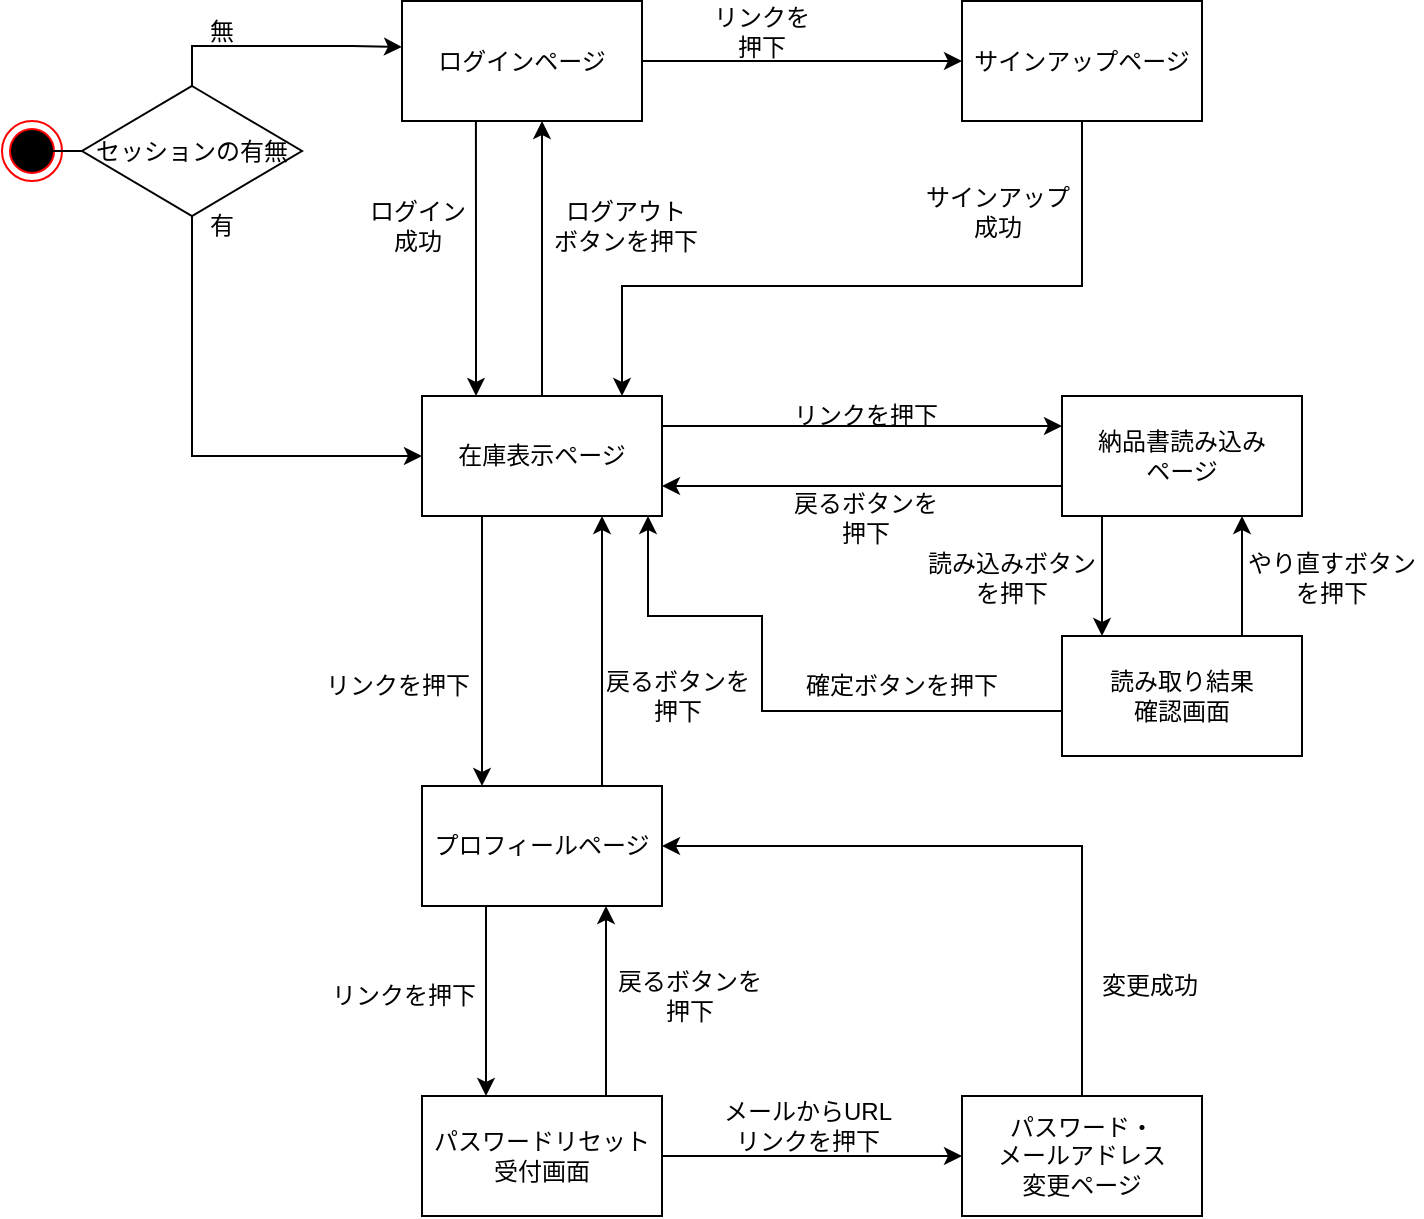
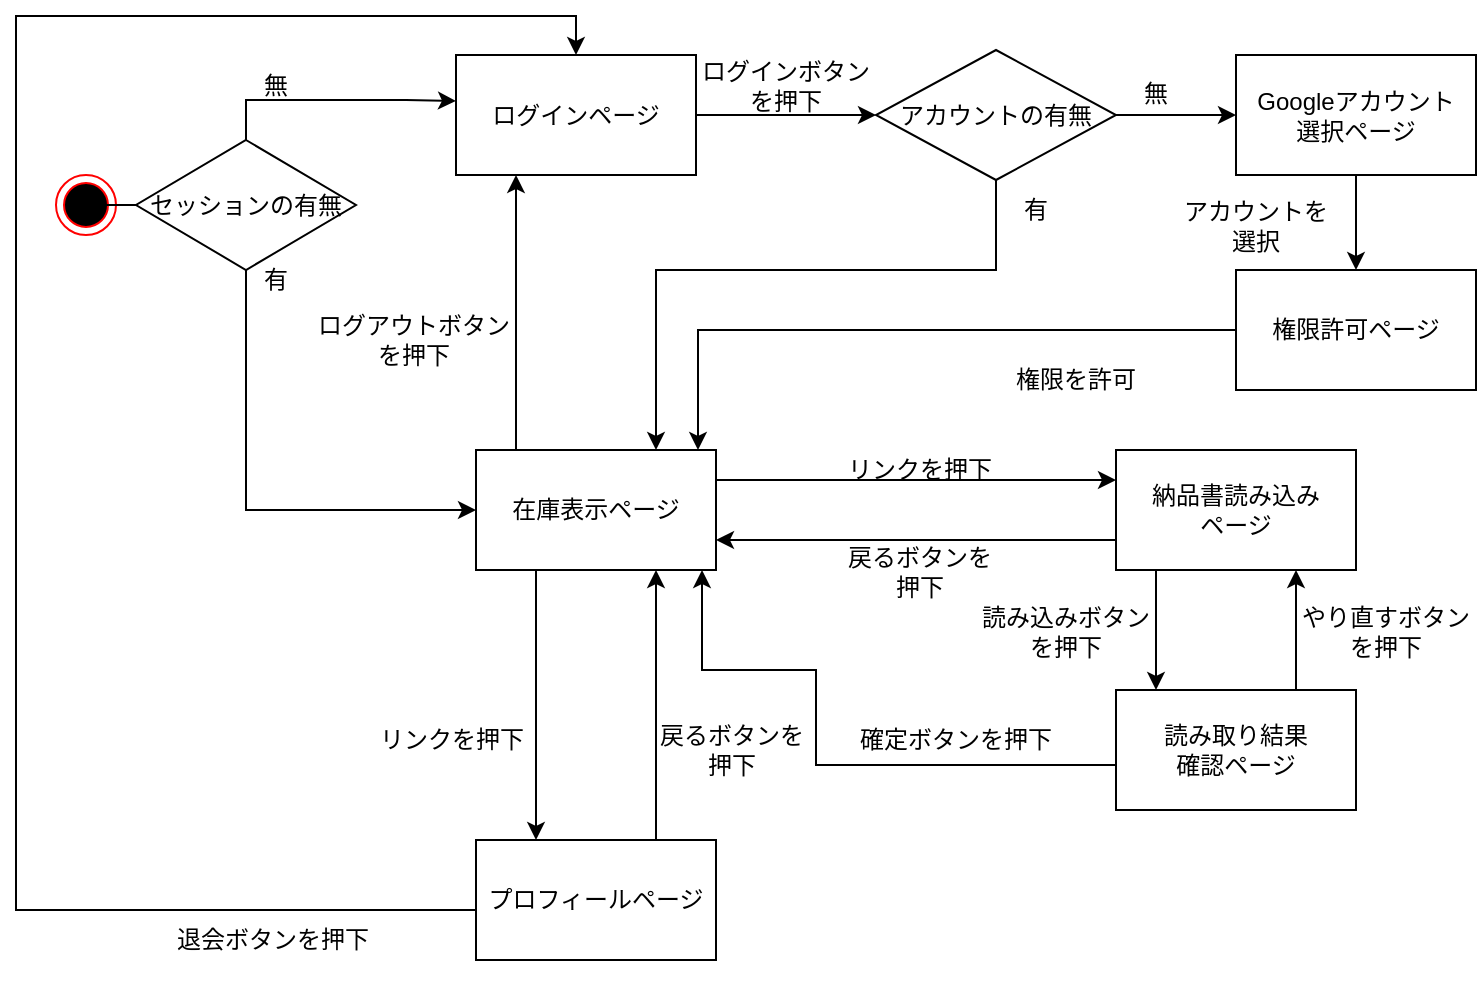
<mxfile host="app.diagrams.net">
  <diagram name="ページ-1" id="oChiVe9o_Wb05AkYbYam">
    <mxGraphModel grid="1" page="1" gridSize="10" guides="1" tooltips="1" connect="1" arrows="1" fold="1" pageScale="1" pageWidth="827" pageHeight="1169" background="none" math="0" shadow="0">
      <root>
        <mxCell id="0" />
        <mxCell id="1" parent="0" />
-         <mxCell id="JyQQfxbpPmY2MaOm-ZnS-17" edge="1" parent="1" source="JyQQfxbpPmY2MaOm-ZnS-1" style="edgeStyle=orthogonalEdgeStyle;rounded=0;orthogonalLoop=1;jettySize=auto;html=1;" target="JyQQfxbpPmY2MaOm-ZnS-16" value="">
-           <mxGeometry relative="1" as="geometry" />
-         </mxCell>
-         <mxCell id="JyQQfxbpPmY2MaOm-ZnS-20" edge="1" parent="1" source="JyQQfxbpPmY2MaOm-ZnS-1" style="edgeStyle=orthogonalEdgeStyle;rounded=0;orthogonalLoop=1;jettySize=auto;html=1;exitX=0.308;exitY=0.958;exitDx=0;exitDy=0;exitPerimeter=0;" target="JyQQfxbpPmY2MaOm-ZnS-8" value="">
-           <mxGeometry relative="1" as="geometry">
-             <Array as="points">
-               <mxPoint x="307" y="220" />
-               <mxPoint x="307" y="220" />
-             </Array>
-             <mxPoint x="310" y="140" as="sourcePoint" />
-           </mxGeometry>
+         <mxCell id="JyQQfxbpPmY2MaOm-ZnS-17" edge="1" parent="1" source="JyQQfxbpPmY2MaOm-ZnS-1" style="edgeStyle=orthogonalEdgeStyle;rounded=0;orthogonalLoop=1;jettySize=auto;html=1;entryX=0;entryY=0.5;entryDx=0;entryDy=0;" target="MUQh6nNUqfuenuoMOjfQ-1" value="">
+           <mxGeometry relative="1" as="geometry" />
        </mxCell>
        <mxCell id="JyQQfxbpPmY2MaOm-ZnS-1" parent="1" style="rounded=0;whiteSpace=wrap;html=1;" value="ログインページ" vertex="1">
          <mxGeometry height="60" width="120" x="270" y="72.5" as="geometry" />
        </mxCell>
        <mxCell id="JyQQfxbpPmY2MaOm-ZnS-2" parent="1" style="ellipse;html=1;shape=endState;fillColor=#000000;strokeColor=#ff0000;" value="" vertex="1">
          <mxGeometry height="30" width="30" x="70" y="132.5" as="geometry" />
        </mxCell>
        <mxCell id="JyQQfxbpPmY2MaOm-ZnS-7" edge="1" parent="1" source="JyQQfxbpPmY2MaOm-ZnS-3" style="edgeStyle=orthogonalEdgeStyle;rounded=0;orthogonalLoop=1;jettySize=auto;html=1;endArrow=none;endFill=0;" target="JyQQfxbpPmY2MaOm-ZnS-2" value="">
          <mxGeometry relative="1" as="geometry" />
        </mxCell>
        <mxCell id="JyQQfxbpPmY2MaOm-ZnS-11" edge="1" parent="1" source="JyQQfxbpPmY2MaOm-ZnS-3" style="edgeStyle=orthogonalEdgeStyle;rounded=0;orthogonalLoop=1;jettySize=auto;html=1;entryX=0;entryY=0.5;entryDx=0;entryDy=0;exitX=0.5;exitY=1;exitDx=0;exitDy=0;" target="JyQQfxbpPmY2MaOm-ZnS-8">
          <mxGeometry relative="1" as="geometry" />
        </mxCell>
        <mxCell id="JyQQfxbpPmY2MaOm-ZnS-3" parent="1" style="rhombus;whiteSpace=wrap;html=1;" value="セッションの有無" vertex="1">
          <mxGeometry height="65" width="110" x="110" y="115" as="geometry" />
        </mxCell>
        <mxCell id="JyQQfxbpPmY2MaOm-ZnS-19" edge="1" parent="1" style="rounded=0;orthogonalLoop=1;jettySize=auto;html=1;endArrow=classic;endFill=1;edgeStyle=orthogonalEdgeStyle;entryX=0;entryY=0.25;entryDx=0;entryDy=0;" target="JyQQfxbpPmY2MaOm-ZnS-18" value="">
          <mxGeometry relative="1" as="geometry">
            <Array as="points">
              <mxPoint x="378" y="285" />
            </Array>
            <mxPoint x="378" y="282.5" as="sourcePoint" />
            <mxPoint x="580" y="283" as="targetPoint" />
          </mxGeometry>
        </mxCell>
-         <mxCell id="JyQQfxbpPmY2MaOm-ZnS-24" edge="1" parent="1" source="JyQQfxbpPmY2MaOm-ZnS-8" style="edgeStyle=orthogonalEdgeStyle;rounded=0;orthogonalLoop=1;jettySize=auto;html=1;" target="JyQQfxbpPmY2MaOm-ZnS-1" value="">
-           <mxGeometry relative="1" as="geometry">
-             <Array as="points">
-               <mxPoint x="340" y="210" />
-               <mxPoint x="340" y="210" />
-             </Array>
-           </mxGeometry>
-         </mxCell>
        <mxCell id="JyQQfxbpPmY2MaOm-ZnS-8" parent="1" style="rounded=0;whiteSpace=wrap;html=1;" value="在庫表示ページ" vertex="1">
          <mxGeometry height="60" width="120" x="280" y="270" as="geometry" />
        </mxCell>
        <mxCell id="JyQQfxbpPmY2MaOm-ZnS-9" edge="1" parent="1" source="JyQQfxbpPmY2MaOm-ZnS-8" style="edgeStyle=orthogonalEdgeStyle;rounded=0;orthogonalLoop=1;jettySize=auto;html=1;exitX=0.5;exitY=1;exitDx=0;exitDy=0;" target="JyQQfxbpPmY2MaOm-ZnS-8">
          <mxGeometry relative="1" as="geometry" />
        </mxCell>
        <mxCell id="JyQQfxbpPmY2MaOm-ZnS-10" edge="1" parent="1" source="JyQQfxbpPmY2MaOm-ZnS-3" style="edgeStyle=orthogonalEdgeStyle;rounded=0;orthogonalLoop=1;jettySize=auto;html=1;entryX=0;entryY=0.383;entryDx=0;entryDy=0;entryPerimeter=0;exitX=0.5;exitY=0;exitDx=0;exitDy=0;" target="JyQQfxbpPmY2MaOm-ZnS-1">
          <mxGeometry relative="1" as="geometry" />
        </mxCell>
        <mxCell id="JyQQfxbpPmY2MaOm-ZnS-13" parent="1" style="text;html=1;whiteSpace=wrap;strokeColor=none;fillColor=none;align=center;verticalAlign=middle;rounded=0;" value="有&lt;span style=&quot;color: rgba(0, 0, 0, 0); font-family: monospace; font-size: 0px; text-align: start; white-space: nowrap;&quot;&gt;%3CmxGraphModel%3E%3Croot%3E%3CmxCell%20id%3D%220%22%2F%3E%3CmxCell%20id%3D%221%22%20parent%3D%220%22%2F%3E%3CmxCell%20id%3D%222%22%20edge%3D%221%22%20parent%3D%221%22%20style%3D%22edgeStyle%3DorthogonalEdgeStyle%3Brounded%3D0%3BorthogonalLoop%3D1%3BjettySize%3Dauto%3Bhtml%3D1%3BexitX%3D1%3BexitY%3D1%3BexitDx%3D0%3BexitDy%3D0%3BentryX%3D0%3BentryY%3D1%3BentryDx%3D0%3BentryDy%3D0%3B%22%3E%3CmxGeometry%20relative%3D%221%22%20as%3D%22geometry%22%3E%3CmxPoint%20x%3D%22146%22%20y%3D%22151%22%20as%3D%22sourcePoint%22%2F%3E%3CmxPoint%20x%3D%22124%22%20y%3D%22151%22%20as%3D%22targetPoint%22%2F%3E%3C%2FmxGeometry%3E%3C%2FmxCell%3E%3C%2Froot%3E%3C%2FmxGraphModel%3E&lt;/span&gt;" vertex="1">
          <mxGeometry height="30" width="60" x="150" y="170" as="geometry" />
        </mxCell>
        <mxCell id="JyQQfxbpPmY2MaOm-ZnS-14" parent="1" style="text;html=1;whiteSpace=wrap;strokeColor=none;fillColor=none;align=center;verticalAlign=middle;rounded=0;" value="無" vertex="1">
          <mxGeometry height="30" width="60" x="150" y="72.5" as="geometry" />
        </mxCell>
-         <mxCell id="JyQQfxbpPmY2MaOm-ZnS-21" edge="1" parent="1" source="JyQQfxbpPmY2MaOm-ZnS-16" style="edgeStyle=orthogonalEdgeStyle;rounded=0;orthogonalLoop=1;jettySize=auto;html=1;exitX=0.5;exitY=1;exitDx=0;exitDy=0;">
-           <mxGeometry relative="1" as="geometry">
-             <Array as="points">
-               <mxPoint x="610" y="215" />
-               <mxPoint x="380" y="215" />
-             </Array>
-             <mxPoint x="610" y="140" as="sourcePoint" />
-             <mxPoint x="380" y="270" as="targetPoint" />
-           </mxGeometry>
-         </mxCell>
-         <mxCell id="JyQQfxbpPmY2MaOm-ZnS-16" parent="1" style="rounded=0;whiteSpace=wrap;html=1;" value="サインアップページ" vertex="1">
-           <mxGeometry height="60" width="120" x="550" y="72.5" as="geometry" />
+         <mxCell id="MUQh6nNUqfuenuoMOjfQ-13" edge="1" parent="1" source="JyQQfxbpPmY2MaOm-ZnS-16" style="edgeStyle=orthogonalEdgeStyle;rounded=0;orthogonalLoop=1;jettySize=auto;html=1;" target="MUQh6nNUqfuenuoMOjfQ-12" value="">
+           <mxGeometry relative="1" as="geometry" />
+         </mxCell>
+         <mxCell id="JyQQfxbpPmY2MaOm-ZnS-16" parent="1" style="rounded=0;whiteSpace=wrap;html=1;" value="Googleアカウント&lt;div&gt;選択ページ&lt;/div&gt;" vertex="1">
+           <mxGeometry height="60" width="120" x="660" y="72.5" as="geometry" />
        </mxCell>
        <mxCell id="JyQQfxbpPmY2MaOm-ZnS-40" edge="1" parent="1" source="JyQQfxbpPmY2MaOm-ZnS-18" style="edgeStyle=orthogonalEdgeStyle;rounded=0;orthogonalLoop=1;jettySize=auto;html=1;entryX=1;entryY=0.75;entryDx=0;entryDy=0;exitX=0;exitY=0.75;exitDx=0;exitDy=0;" target="JyQQfxbpPmY2MaOm-ZnS-8" value="">
          <mxGeometry relative="1" as="geometry">
            <Array as="points">
              <mxPoint x="600" y="315" />
              <mxPoint x="600" y="315" />
            </Array>
            <mxPoint x="550" y="310" as="sourcePoint" />
            <mxPoint x="470" y="310" as="targetPoint" />
          </mxGeometry>
        </mxCell>
        <mxCell id="eD3HvhzndEq_b_2ouWfE-39" edge="1" parent="1" source="JyQQfxbpPmY2MaOm-ZnS-18" style="edgeStyle=orthogonalEdgeStyle;rounded=0;orthogonalLoop=1;jettySize=auto;html=1;" target="eD3HvhzndEq_b_2ouWfE-34" value="">
          <mxGeometry relative="1" as="geometry">
            <Array as="points">
              <mxPoint x="620" y="350" />
              <mxPoint x="620" y="350" />
            </Array>
          </mxGeometry>
        </mxCell>
        <mxCell id="JyQQfxbpPmY2MaOm-ZnS-18" parent="1" style="rounded=0;whiteSpace=wrap;html=1;" value="納品書読み込み&lt;div&gt;ページ&lt;/div&gt;" vertex="1">
          <mxGeometry height="60" width="120" x="600" y="270" as="geometry" />
        </mxCell>
-         <mxCell id="JyQQfxbpPmY2MaOm-ZnS-30" parent="1" style="text;html=1;whiteSpace=wrap;strokeColor=none;fillColor=none;align=center;verticalAlign=middle;rounded=0;" value="リンクを押下" vertex="1">
-           <mxGeometry height="30" width="60" x="420" y="72.5" as="geometry" />
-         </mxCell>
-         <mxCell id="JyQQfxbpPmY2MaOm-ZnS-32" parent="1" style="text;html=1;whiteSpace=wrap;strokeColor=none;fillColor=none;align=center;verticalAlign=middle;rounded=0;" value="サインアップ成功" vertex="1">
-           <mxGeometry height="30" width="76" x="530" y="162.5" as="geometry" />
-         </mxCell>
-         <mxCell id="JyQQfxbpPmY2MaOm-ZnS-33" parent="1" style="text;html=1;whiteSpace=wrap;strokeColor=none;fillColor=none;align=center;verticalAlign=middle;rounded=0;" value="ログイン&lt;div&gt;成功&lt;/div&gt;" vertex="1">
-           <mxGeometry height="30" width="76" x="240" y="170" as="geometry" />
-         </mxCell>
-         <mxCell id="JyQQfxbpPmY2MaOm-ZnS-34" parent="1" style="text;html=1;whiteSpace=wrap;strokeColor=none;fillColor=none;align=center;verticalAlign=middle;rounded=0;" value="ログアウト&lt;div&gt;ボタンを押下&lt;/div&gt;" vertex="1">
-           <mxGeometry height="30" width="76" x="344" y="170" as="geometry" />
+         <mxCell id="JyQQfxbpPmY2MaOm-ZnS-30" parent="1" style="text;html=1;whiteSpace=wrap;strokeColor=none;fillColor=none;align=center;verticalAlign=middle;rounded=0;" value="ログインボタンを押下" vertex="1">
+           <mxGeometry height="30" width="90" x="390" y="72.5" as="geometry" />
        </mxCell>
        <mxCell id="JyQQfxbpPmY2MaOm-ZnS-39" parent="1" style="text;html=1;whiteSpace=wrap;strokeColor=none;fillColor=none;align=center;verticalAlign=middle;rounded=0;" value="リンクを押下" vertex="1">
          <mxGeometry height="40" width="76" x="464" y="260" as="geometry" />
        </mxCell>
        <mxCell id="JyQQfxbpPmY2MaOm-ZnS-43" parent="1" style="text;html=1;whiteSpace=wrap;strokeColor=none;fillColor=none;align=center;verticalAlign=middle;rounded=0;" value="戻るボタンを押下" vertex="1">
          <mxGeometry height="30" width="76" x="464" y="316" as="geometry" />
+         </mxCell>
+         <mxCell id="MUQh6nNUqfuenuoMOjfQ-18" edge="1" parent="1" source="eD3HvhzndEq_b_2ouWfE-1" style="edgeStyle=orthogonalEdgeStyle;rounded=0;orthogonalLoop=1;jettySize=auto;html=1;entryX=0.5;entryY=0;entryDx=0;entryDy=0;" target="JyQQfxbpPmY2MaOm-ZnS-1">
+           <mxGeometry relative="1" as="geometry">
+             <Array as="points">
+               <mxPoint x="50" y="500" />
+               <mxPoint x="50" y="53" />
+               <mxPoint x="330" y="53" />
+             </Array>
+           </mxGeometry>
        </mxCell>
        <mxCell id="eD3HvhzndEq_b_2ouWfE-1" parent="1" style="rounded=0;whiteSpace=wrap;html=1;" value="プロフィールページ" vertex="1">
          <mxGeometry height="60" width="120" x="280" y="465" as="geometry" />
        </mxCell>
        <mxCell id="eD3HvhzndEq_b_2ouWfE-2" edge="1" parent="1" source="JyQQfxbpPmY2MaOm-ZnS-8" style="rounded=0;orthogonalLoop=1;jettySize=auto;html=1;endArrow=classic;endFill=1;edgeStyle=orthogonalEdgeStyle;entryX=0.25;entryY=0;entryDx=0;entryDy=0;exitX=0.25;exitY=1;exitDx=0;exitDy=0;" target="eD3HvhzndEq_b_2ouWfE-1" value="">
          <mxGeometry relative="1" as="geometry">
            <Array as="points" />
            <mxPoint x="270" y="350" as="sourcePoint" />
            <mxPoint x="420" y="350" as="targetPoint" />
          </mxGeometry>
        </mxCell>
        <mxCell id="eD3HvhzndEq_b_2ouWfE-3" edge="1" parent="1" source="eD3HvhzndEq_b_2ouWfE-1" style="edgeStyle=orthogonalEdgeStyle;rounded=0;orthogonalLoop=1;jettySize=auto;html=1;entryX=0.75;entryY=1;entryDx=0;entryDy=0;exitX=0.75;exitY=0;exitDx=0;exitDy=0;" target="JyQQfxbpPmY2MaOm-ZnS-8" value="">
-           <mxGeometry relative="1" as="geometry">
+           <mxGeometry relative="1" x="0.0074" as="geometry">
+             <mxPoint as="offset" />
            <Array as="points" />
            <mxPoint x="370" y="385" as="sourcePoint" />
            <mxPoint x="220" y="390" as="targetPoint" />
          </mxGeometry>
        </mxCell>
        <mxCell id="eD3HvhzndEq_b_2ouWfE-4" parent="1" style="text;html=1;whiteSpace=wrap;strokeColor=none;fillColor=none;align=center;verticalAlign=middle;rounded=0;" value="リンクを押下" vertex="1">
          <mxGeometry height="50" width="76" x="230" y="390" as="geometry" />
        </mxCell>
        <mxCell id="eD3HvhzndEq_b_2ouWfE-5" parent="1" style="text;html=1;whiteSpace=wrap;strokeColor=none;fillColor=none;align=center;verticalAlign=middle;rounded=0;" value="戻るボタンを押下" vertex="1">
          <mxGeometry height="30" width="76" x="370" y="405" as="geometry" />
        </mxCell>
-         <mxCell id="eD3HvhzndEq_b_2ouWfE-9" parent="1" style="rounded=0;whiteSpace=wrap;html=1;" value="パスワードリセット受付画面" vertex="1">
-           <mxGeometry height="60" width="120" x="280" y="620" as="geometry" />
-         </mxCell>
-         <mxCell id="eD3HvhzndEq_b_2ouWfE-12" edge="1" parent="1" style="rounded=0;orthogonalLoop=1;jettySize=auto;html=1;endArrow=classic;endFill=1;edgeStyle=orthogonalEdgeStyle;entryX=0.25;entryY=0;entryDx=0;entryDy=0;exitX=0.25;exitY=1;exitDx=0;exitDy=0;" value="">
-           <mxGeometry relative="1" as="geometry">
-             <Array as="points" />
-             <mxPoint x="312" y="525" as="sourcePoint" />
-             <mxPoint x="312" y="620" as="targetPoint" />
-           </mxGeometry>
-         </mxCell>
-         <mxCell id="eD3HvhzndEq_b_2ouWfE-13" edge="1" parent="1" style="edgeStyle=orthogonalEdgeStyle;rounded=0;orthogonalLoop=1;jettySize=auto;html=1;entryX=0.75;entryY=1;entryDx=0;entryDy=0;exitX=0.75;exitY=0;exitDx=0;exitDy=0;" value="">
-           <mxGeometry relative="1" as="geometry">
-             <Array as="points" />
-             <mxPoint x="372" y="620" as="sourcePoint" />
-             <mxPoint x="372" y="525" as="targetPoint" />
-           </mxGeometry>
-         </mxCell>
-         <mxCell id="eD3HvhzndEq_b_2ouWfE-14" parent="1" style="text;html=1;whiteSpace=wrap;strokeColor=none;fillColor=none;align=center;verticalAlign=middle;rounded=0;" value="リンクを押下" vertex="1">
-           <mxGeometry height="50" width="76" x="233" y="545" as="geometry" />
-         </mxCell>
-         <mxCell id="eD3HvhzndEq_b_2ouWfE-15" parent="1" style="text;html=1;whiteSpace=wrap;strokeColor=none;fillColor=none;align=center;verticalAlign=middle;rounded=0;" value="戻るボタンを押下" vertex="1">
-           <mxGeometry height="30" width="76" x="376" y="555" as="geometry" />
-         </mxCell>
-         <mxCell id="eD3HvhzndEq_b_2ouWfE-28" edge="1" parent="1" source="eD3HvhzndEq_b_2ouWfE-9" style="rounded=0;orthogonalLoop=1;jettySize=auto;html=1;endArrow=classic;endFill=1;edgeStyle=orthogonalEdgeStyle;exitX=1;exitY=0.5;exitDx=0;exitDy=0;entryX=0;entryY=0.5;entryDx=0;entryDy=0;" target="eD3HvhzndEq_b_2ouWfE-29" value="">
-           <mxGeometry relative="1" as="geometry">
-             <Array as="points" />
-             <mxPoint x="439" y="650" as="sourcePoint" />
-             <mxPoint x="550" y="650" as="targetPoint" />
-           </mxGeometry>
-         </mxCell>
-         <mxCell id="eD3HvhzndEq_b_2ouWfE-31" edge="1" parent="1" source="eD3HvhzndEq_b_2ouWfE-29" style="edgeStyle=orthogonalEdgeStyle;rounded=0;orthogonalLoop=1;jettySize=auto;html=1;entryX=1;entryY=0.5;entryDx=0;entryDy=0;exitX=0.5;exitY=0;exitDx=0;exitDy=0;" target="eD3HvhzndEq_b_2ouWfE-1" value="">
-           <mxGeometry relative="1" as="geometry">
-             <Array as="points">
-               <mxPoint x="610" y="495" />
-             </Array>
-             <mxPoint x="548" y="650" as="sourcePoint" />
-             <mxPoint x="398" y="525" as="targetPoint" />
-           </mxGeometry>
-         </mxCell>
-         <mxCell id="eD3HvhzndEq_b_2ouWfE-29" parent="1" style="rounded=0;whiteSpace=wrap;html=1;" value="パスワード・&lt;div&gt;メールアドレス&lt;/div&gt;&lt;div&gt;&lt;span style=&quot;background-color: transparent; color: light-dark(rgb(0, 0, 0), rgb(255, 255, 255));&quot;&gt;変更ページ&lt;/span&gt;&lt;/div&gt;" vertex="1">
-           <mxGeometry height="60" width="120" x="550" y="620" as="geometry" />
-         </mxCell>
-         <mxCell id="eD3HvhzndEq_b_2ouWfE-30" parent="1" style="text;html=1;whiteSpace=wrap;strokeColor=none;fillColor=none;align=center;verticalAlign=middle;rounded=0;" value="メールからURLリンクを押下" vertex="1">
-           <mxGeometry height="30" width="86" x="430" y="620" as="geometry" />
-         </mxCell>
-         <mxCell id="eD3HvhzndEq_b_2ouWfE-32" parent="1" style="text;html=1;whiteSpace=wrap;strokeColor=none;fillColor=none;align=center;verticalAlign=middle;rounded=0;" value="&lt;span style=&quot;background-color: transparent; color: light-dark(rgb(0, 0, 0), rgb(255, 255, 255));&quot;&gt;変更成功&lt;/span&gt;" vertex="1">
-           <mxGeometry height="30" width="64" x="612" y="550" as="geometry" />
-         </mxCell>
        <mxCell id="eD3HvhzndEq_b_2ouWfE-36" edge="1" parent="1" source="eD3HvhzndEq_b_2ouWfE-34" style="edgeStyle=orthogonalEdgeStyle;rounded=0;orthogonalLoop=1;jettySize=auto;html=1;entryX=0.75;entryY=1;entryDx=0;entryDy=0;" target="JyQQfxbpPmY2MaOm-ZnS-18" value="">
          <mxGeometry relative="1" as="geometry">
            <Array as="points">
              <mxPoint x="690" y="340" />
              <mxPoint x="690" y="340" />
            </Array>
          </mxGeometry>
        </mxCell>
        <mxCell id="eD3HvhzndEq_b_2ouWfE-41" edge="1" parent="1" source="eD3HvhzndEq_b_2ouWfE-34" style="edgeStyle=orthogonalEdgeStyle;rounded=0;orthogonalLoop=1;jettySize=auto;html=1;exitX=0;exitY=0.625;exitDx=0;exitDy=0;exitPerimeter=0;" value="">
          <mxGeometry relative="1" as="geometry">
            <Array as="points">
              <mxPoint x="450" y="428" />
              <mxPoint x="450" y="380" />
              <mxPoint x="393" y="380" />
            </Array>
            <mxPoint x="393" y="330" as="targetPoint" />
          </mxGeometry>
        </mxCell>
-         <mxCell id="eD3HvhzndEq_b_2ouWfE-34" parent="1" style="rounded=0;whiteSpace=wrap;html=1;" value="読み取り結果&lt;div&gt;確認画面&lt;/div&gt;" vertex="1">
+         <mxCell id="eD3HvhzndEq_b_2ouWfE-34" parent="1" style="rounded=0;whiteSpace=wrap;html=1;" value="読み取り結果&lt;div&gt;確認ページ&lt;/div&gt;" vertex="1">
          <mxGeometry height="60" width="120" x="600" y="390" as="geometry" />
        </mxCell>
        <mxCell id="eD3HvhzndEq_b_2ouWfE-37" parent="1" style="text;html=1;whiteSpace=wrap;strokeColor=none;fillColor=none;align=center;verticalAlign=middle;rounded=0;labelBackgroundColor=none;" value="&lt;span style=&quot;color: rgb(0, 0, 0); font-family: Helvetica; font-size: 12px; font-style: normal; font-variant-ligatures: normal; font-variant-caps: normal; font-weight: 400; letter-spacing: normal; orphans: 2; text-align: center; text-indent: 0px; text-transform: none; widows: 2; word-spacing: 0px; -webkit-text-stroke-width: 0px; white-space: normal; text-decoration-thickness: initial; text-decoration-style: initial; text-decoration-color: initial; float: none; display: inline !important;&quot;&gt;やり直すボタンを押下&lt;/span&gt;" vertex="1">
          <mxGeometry height="30" width="90" x="690" y="346" as="geometry" />
        </mxCell>
        <mxCell id="eD3HvhzndEq_b_2ouWfE-38" parent="1" style="text;html=1;whiteSpace=wrap;strokeColor=none;fillColor=none;align=center;verticalAlign=middle;rounded=0;" value="確定ボタン&lt;span style=&quot;background-color: transparent; color: light-dark(rgb(0, 0, 0), rgb(255, 255, 255));&quot;&gt;を押下&lt;/span&gt;" vertex="1">
          <mxGeometry height="30" width="100" x="470" y="400" as="geometry" />
        </mxCell>
        <mxCell id="eD3HvhzndEq_b_2ouWfE-42" parent="1" style="text;html=1;whiteSpace=wrap;strokeColor=none;fillColor=none;align=center;verticalAlign=middle;rounded=0;labelBackgroundColor=none;" value="&lt;span style=&quot;color: rgb(0, 0, 0); font-family: Helvetica; font-size: 12px; font-style: normal; font-variant-ligatures: normal; font-variant-caps: normal; font-weight: 400; letter-spacing: normal; orphans: 2; text-align: center; text-indent: 0px; text-transform: none; widows: 2; word-spacing: 0px; -webkit-text-stroke-width: 0px; white-space: normal; text-decoration-thickness: initial; text-decoration-style: initial; text-decoration-color: initial; float: none; display: inline !important;&quot;&gt;読み込みボタンを押下&lt;/span&gt;" vertex="1">
          <mxGeometry height="30" width="90" x="530" y="346" as="geometry" />
+         </mxCell>
+         <mxCell id="MUQh6nNUqfuenuoMOjfQ-4" edge="1" parent="1" source="MUQh6nNUqfuenuoMOjfQ-1" style="edgeStyle=orthogonalEdgeStyle;rounded=0;orthogonalLoop=1;jettySize=auto;html=1;entryX=0.75;entryY=0;entryDx=0;entryDy=0;" target="JyQQfxbpPmY2MaOm-ZnS-8" value="">
+           <mxGeometry relative="1" as="geometry">
+             <Array as="points">
+               <mxPoint x="540" y="180" />
+               <mxPoint x="370" y="180" />
+             </Array>
+             <mxPoint x="540" y="215" as="targetPoint" />
+           </mxGeometry>
+         </mxCell>
+         <mxCell id="MUQh6nNUqfuenuoMOjfQ-9" edge="1" parent="1" source="MUQh6nNUqfuenuoMOjfQ-1" style="edgeStyle=orthogonalEdgeStyle;rounded=0;orthogonalLoop=1;jettySize=auto;html=1;" target="JyQQfxbpPmY2MaOm-ZnS-16" value="">
+           <mxGeometry relative="1" as="geometry" />
+         </mxCell>
+         <mxCell id="MUQh6nNUqfuenuoMOjfQ-1" parent="1" style="rhombus;whiteSpace=wrap;html=1;" value="アカウントの有無" vertex="1">
+           <mxGeometry height="65" width="120" x="480" y="70" as="geometry" />
+         </mxCell>
+         <mxCell id="MUQh6nNUqfuenuoMOjfQ-6" edge="1" parent="1" style="edgeStyle=orthogonalEdgeStyle;rounded=0;orthogonalLoop=1;jettySize=auto;html=1;exitX=0.75;exitY=0;exitDx=0;exitDy=0;entryX=0.25;entryY=1;entryDx=0;entryDy=0;" target="JyQQfxbpPmY2MaOm-ZnS-1" value="">
+           <mxGeometry relative="1" x="0.0074" as="geometry">
+             <mxPoint as="offset" />
+             <Array as="points">
+               <mxPoint x="300" y="240" />
+               <mxPoint x="300" y="240" />
+             </Array>
+             <mxPoint x="300" y="270" as="sourcePoint" />
+             <mxPoint x="300" y="140" as="targetPoint" />
+           </mxGeometry>
+         </mxCell>
+         <mxCell id="MUQh6nNUqfuenuoMOjfQ-7" parent="1" style="text;html=1;whiteSpace=wrap;strokeColor=none;fillColor=none;align=center;verticalAlign=middle;rounded=0;" value="ログアウトボタンを押下" vertex="1">
+           <mxGeometry height="30" width="98" x="200" y="200" as="geometry" />
+         </mxCell>
+         <mxCell id="MUQh6nNUqfuenuoMOjfQ-8" parent="1" style="text;html=1;whiteSpace=wrap;strokeColor=none;fillColor=none;align=center;verticalAlign=middle;rounded=0;" value="有&lt;span style=&quot;color: rgba(0, 0, 0, 0); font-family: monospace; font-size: 0px; text-align: start; white-space: nowrap;&quot;&gt;%3CmxGraphModel%3E%3Croot%3E%3CmxCell%20id%3D%220%22%2F%3E%3CmxCell%20id%3D%221%22%20parent%3D%220%22%2F%3E%3CmxCell%20id%3D%222%22%20edge%3D%221%22%20parent%3D%221%22%20style%3D%22edgeStyle%3DorthogonalEdgeStyle%3Brounded%3D0%3BorthogonalLoop%3D1%3BjettySize%3Dauto%3Bhtml%3D1%3BexitX%3D1%3BexitY%3D1%3BexitDx%3D0%3BexitDy%3D0%3BentryX%3D0%3BentryY%3D1%3BentryDx%3D0%3BentryDy%3D0%3B%22%3E%3CmxGeometry%20relative%3D%221%22%20as%3D%22geometry%22%3E%3CmxPoint%20x%3D%22146%22%20y%3D%22151%22%20as%3D%22sourcePoint%22%2F%3E%3CmxPoint%20x%3D%22124%22%20y%3D%22151%22%20as%3D%22targetPoint%22%2F%3E%3C%2FmxGeometry%3E%3C%2FmxCell%3E%3C%2Froot%3E%3C%2FmxGraphModel%3E&lt;/span&gt;" vertex="1">
+           <mxGeometry height="30" width="60" x="530" y="135" as="geometry" />
+         </mxCell>
+         <mxCell id="MUQh6nNUqfuenuoMOjfQ-11" parent="1" style="text;html=1;whiteSpace=wrap;strokeColor=none;fillColor=none;align=center;verticalAlign=middle;rounded=0;" value="無" vertex="1">
+           <mxGeometry height="30" width="60" x="590" y="76.5" as="geometry" />
+         </mxCell>
+         <mxCell id="MUQh6nNUqfuenuoMOjfQ-12" parent="1" style="rounded=0;whiteSpace=wrap;html=1;" value="権限許可ページ" vertex="1">
+           <mxGeometry height="60" width="120" x="660" y="180" as="geometry" />
+         </mxCell>
+         <mxCell id="MUQh6nNUqfuenuoMOjfQ-14" parent="1" style="text;html=1;whiteSpace=wrap;strokeColor=none;fillColor=none;align=center;verticalAlign=middle;rounded=0;" value="アカウントを選択" vertex="1">
+           <mxGeometry height="30" width="80" x="630" y="143" as="geometry" />
+         </mxCell>
+         <mxCell id="MUQh6nNUqfuenuoMOjfQ-16" edge="1" parent="1" source="MUQh6nNUqfuenuoMOjfQ-12" style="edgeStyle=orthogonalEdgeStyle;rounded=0;orthogonalLoop=1;jettySize=auto;html=1;entryX=0.925;entryY=0;entryDx=0;entryDy=0;entryPerimeter=0;" target="JyQQfxbpPmY2MaOm-ZnS-8">
+           <mxGeometry relative="1" as="geometry" />
+         </mxCell>
+         <mxCell id="MUQh6nNUqfuenuoMOjfQ-17" parent="1" style="text;html=1;whiteSpace=wrap;strokeColor=none;fillColor=none;align=center;verticalAlign=middle;rounded=0;" value="権限を許可" vertex="1">
+           <mxGeometry height="30" width="80" x="540" y="220" as="geometry" />
+         </mxCell>
+         <mxCell id="MUQh6nNUqfuenuoMOjfQ-19" parent="1" style="text;html=1;whiteSpace=wrap;strokeColor=none;fillColor=none;align=center;verticalAlign=middle;rounded=0;" value="退会ボタンを押下" vertex="1">
+           <mxGeometry height="50" width="103" x="127" y="490" as="geometry" />
        </mxCell>
      </root>
    </mxGraphModel>
  </diagram>
</mxfile>
